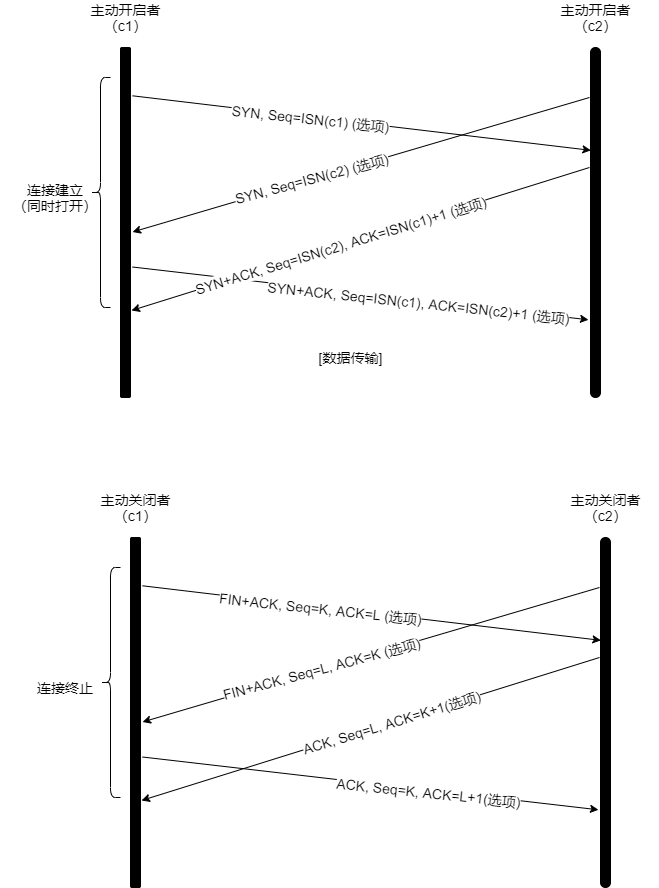
This is draw.io/network/同时打开和关闭.png from qinjianmin/draw.io, a draw.io export, as it was before one commit. Source tidied: cells renumbered, new cells last; positions are measured from the earlier drawing's top-left corner, leaving out a move shared by most shapes.
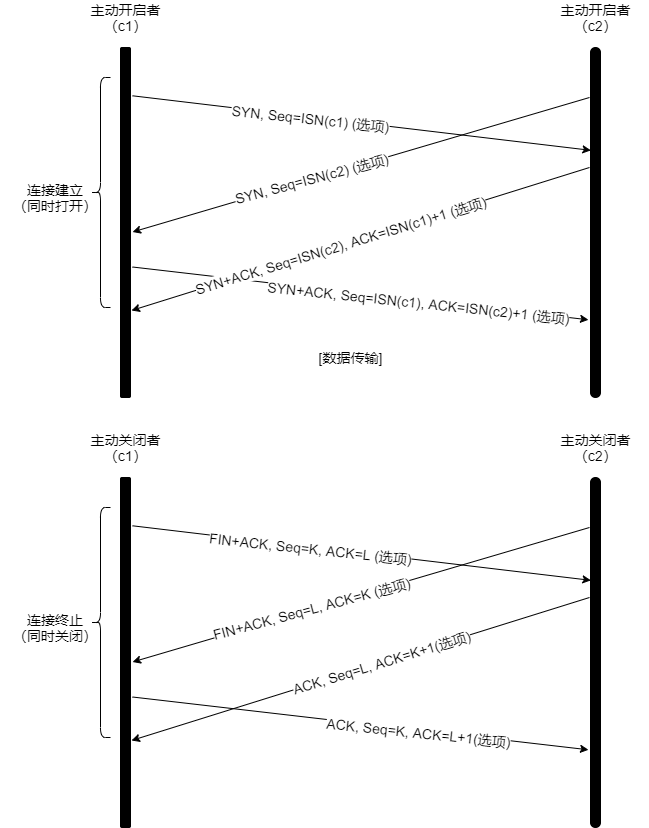
After the commit.

Commit message:
Update 同时打开和关闭.png

Change to the diagram source:
```diff
@@ -65,18 +65,18 @@
       </mxGeometry>
     </mxCell>
     <mxCell id="17" style="rounded=1;whiteSpace=wrap;html=1;fillColor=#000000;perimeterSpacing=1;" parent="1" vertex="1">
-      <mxGeometry x="130" y="530" width="10" height="350" as="geometry" />
+      <mxGeometry x="120" y="470" width="10" height="350" as="geometry" />
     </mxCell>
     <mxCell id="18" value="主动关闭者&lt;br style=&quot;font-size: 14px&quot;&gt;（c1）" style="text;html=1;strokeColor=none;fillColor=none;align=center;verticalAlign=middle;whiteSpace=wrap;rounded=0;fontSize=14;" parent="1" vertex="1">
-      <mxGeometry x="82.5" y="490" width="105" height="20" as="geometry" />
+      <mxGeometry x="72.5" y="430" width="105" height="20" as="geometry" />
     </mxCell>
     <mxCell id="19" style="rounded=1;whiteSpace=wrap;html=1;fillColor=#000000;perimeterSpacing=1;arcSize=50;" parent="1" vertex="1">
-      <mxGeometry x="600" y="530" width="10" height="350" as="geometry" />
+      <mxGeometry x="590" y="470" width="10" height="350" as="geometry" />
     </mxCell>
     <mxCell id="20" style="endArrow=classic;html=1;fontSize=14;exitX=1.083;exitY=0.473;exitDx=0;exitDy=0;exitPerimeter=0;entryX=-0.083;entryY=0.623;entryDx=0;entryDy=0;entryPerimeter=0;" parent="1" edge="1">
       <mxGeometry relative="1" as="geometry">
-        <mxPoint x="142" y="749.5" as="sourcePoint" />
-        <mxPoint x="598" y="802.3" as="targetPoint" />
+        <mxPoint x="132" y="689.5" as="sourcePoint" />
+        <mxPoint x="588" y="742.3" as="targetPoint" />
       </mxGeometry>
     </mxCell>
     <mxCell id="21" value="ACK, Seq=K, ACK=L+1(选项)" style="edgeLabel;html=1;align=center;verticalAlign=middle;fontSize=14;rotation=6;" parent="20" vertex="1">
@@ -85,17 +85,17 @@
       </mxGeometry>
     </mxCell>
     <mxCell id="22" style="shape=curlyBracket;whiteSpace=wrap;html=1;rounded=1;fontSize=14;fillColor=#000000;verticalAlign=middle;" parent="1" vertex="1">
-      <mxGeometry x="100" y="560" width="20" height="230" as="geometry" />
+      <mxGeometry x="90" y="500" width="20" height="230" as="geometry" />
     </mxCell>
-    <mxCell id="23" value="连接终止" style="text;html=1;strokeColor=none;fillColor=none;align=center;verticalAlign=middle;whiteSpace=wrap;rounded=0;fontSize=14;" parent="1" vertex="1">
-      <mxGeometry x="10" y="667.5" width="110" height="25" as="geometry" />
+    <mxCell id="23" value="连接终止&lt;br&gt;（同时关闭）" style="text;html=1;strokeColor=none;fillColor=none;align=center;verticalAlign=middle;whiteSpace=wrap;rounded=0;fontSize=14;" parent="1" vertex="1">
+      <mxGeometry y="607.5" width="110" height="25" as="geometry" />
     </mxCell>
     <mxCell id="24" value="主动关闭者&lt;br style=&quot;font-size: 14px&quot;&gt;（c2）" style="text;html=1;strokeColor=none;fillColor=none;align=center;verticalAlign=middle;whiteSpace=wrap;rounded=0;fontSize=14;" parent="1" vertex="1">
-      <mxGeometry x="552.5" y="490" width="105" height="20" as="geometry" />
+      <mxGeometry x="542.5" y="430" width="105" height="20" as="geometry" />
     </mxCell>
     <mxCell id="25" style="endArrow=classic;html=1;exitX=1.083;exitY=0.069;exitDx=0;exitDy=0;exitPerimeter=0;entryX=0.117;entryY=0.295;entryDx=0;entryDy=0;entryPerimeter=0;" parent="1" edge="1" target="19">
       <mxGeometry relative="1" as="geometry">
-        <mxPoint x="142" y="578.3" as="sourcePoint" />
+        <mxPoint x="132" y="518.3" as="sourcePoint" />
       </mxGeometry>
     </mxCell>
     <mxCell id="26" value="&lt;span style=&quot;font-size: 14px&quot;&gt;FIN+ACK, Seq=K, ACK=L (选项)&lt;/span&gt;" style="edgeLabel;html=1;align=center;verticalAlign=middle;rotation=6;" parent="25" vertex="1">
@@ -105,7 +105,7 @@
     </mxCell>
     <mxCell id="27" style="endArrow=classic;html=1;entryX=1.083;entryY=0.527;entryDx=0;entryDy=0;entryPerimeter=0;" parent="1" edge="1" target="17">
       <mxGeometry relative="1" as="geometry">
-        <mxPoint x="599" y="580" as="sourcePoint" />
+        <mxPoint x="589" y="520" as="sourcePoint" />
       </mxGeometry>
     </mxCell>
     <mxCell id="28" value="&lt;span style=&quot;font-size: 14px&quot;&gt;FIN+ACK, Seq=L, ACK=K (选项)&lt;/span&gt;" style="edgeLabel;html=1;align=center;verticalAlign=middle;rotation=345;" parent="27" vertex="1">
@@ -115,7 +115,7 @@
     </mxCell>
     <mxCell id="29" style="endArrow=classic;html=1;entryX=1;entryY=0.75;entryDx=0;entryDy=0;" parent="1" edge="1" target="17">
       <mxGeometry relative="1" as="geometry">
-        <mxPoint x="599" y="650" as="sourcePoint" />
+        <mxPoint x="589" y="590" as="sourcePoint" />
       </mxGeometry>
     </mxCell>
     <mxCell id="30" value="&lt;span style=&quot;font-size: 14px&quot;&gt;ACK, Seq=L, ACK=K+1(选项)&lt;/span&gt;" style="edgeLabel;html=1;align=center;verticalAlign=middle;rotation=343;" parent="29" vertex="1">
```
